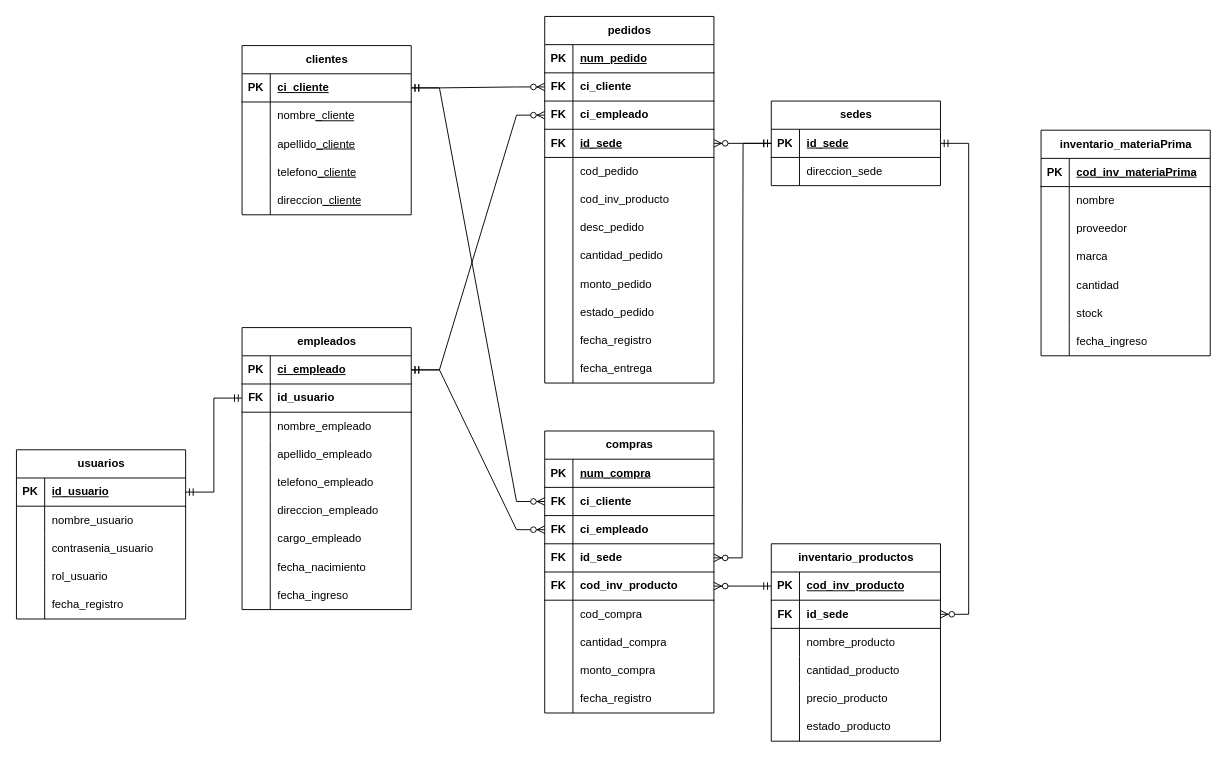
Earlier version of the draw.io diagram page "RD" (3 of 4) of IUTCM - Caso De Estudio - Analisis De Sistemas Para Informatica.drawio (AlbanyNVRodriguez/draw---diagrams). Source tidied: cells renumbered, new cells numbered last; positions are measured from the earlier drawing's top-left corner, leaving out a move shared by most shapes. Both pictures are drawn from the tidied source at 94%, with x=0, y=0 at pixel (16, 16).
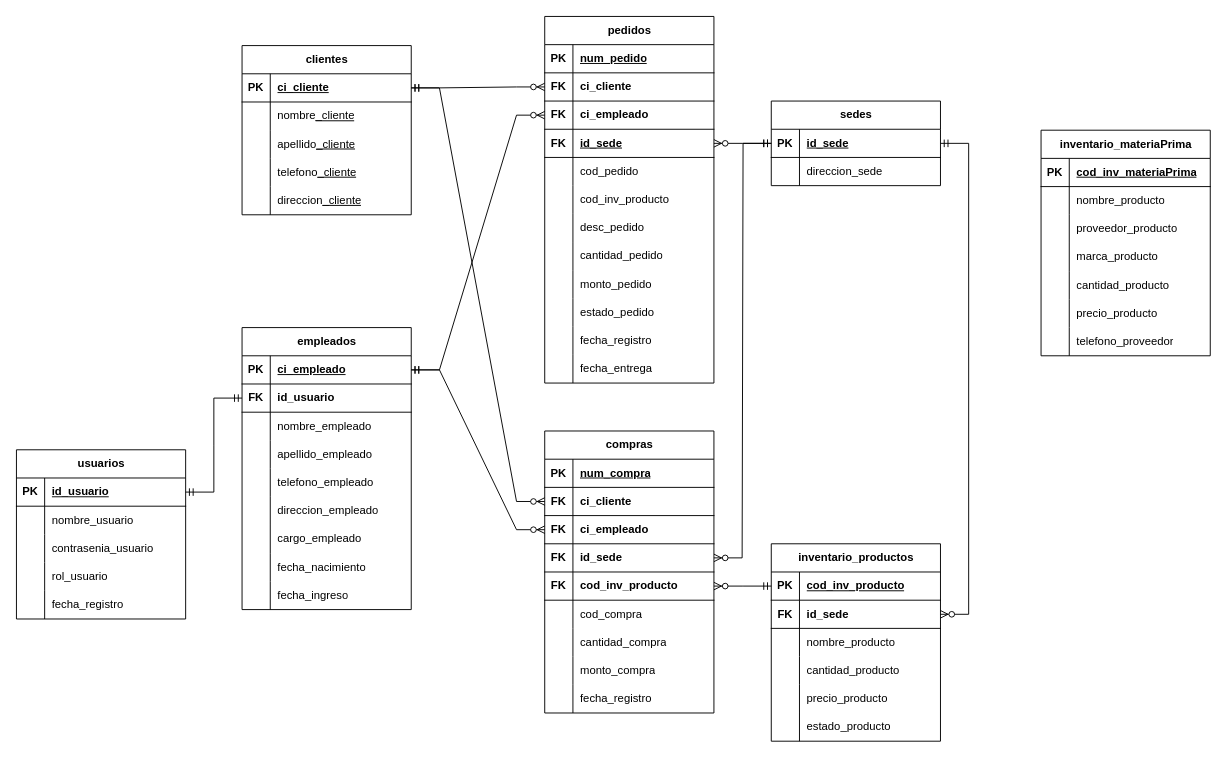
The same page after the edit.

The change refers to these unchanged cells:
```xml
<mxCell id="66" style="shape=tableRow;horizontal=0;startSize=0;swimlaneHead=0;swimlaneBody=0;fillColor=none;top=0;left=0;right=0;bottom=0;" parent="62" vertex="1">
  <mxGeometry y="60" width="180" height="30" as="geometry" />
</mxCell>
<mxCell id="69" style="shape=tableRow;horizontal=0;startSize=0;swimlaneHead=0;swimlaneBody=0;fillColor=none;top=0;left=0;right=0;bottom=0;" parent="62" vertex="1">
  <mxGeometry y="90" width="180" height="30" as="geometry" />
</mxCell>
<mxCell id="72" style="shape=tableRow;horizontal=0;startSize=0;swimlaneHead=0;swimlaneBody=0;fillColor=none;top=0;left=0;right=0;bottom=0;" parent="62" vertex="1">
  <mxGeometry y="120" width="180" height="30" as="geometry" />
</mxCell>
<mxCell id="75" style="shape=tableRow;horizontal=0;startSize=0;swimlaneHead=0;swimlaneBody=0;fillColor=none;top=0;left=0;right=0;bottom=0;" parent="62" vertex="1">
  <mxGeometry y="150" width="180" height="30" as="geometry" />
</mxCell>
<mxCell id="78" style="shape=tableRow;horizontal=0;startSize=0;swimlaneHead=0;swimlaneBody=0;fillColor=none;top=0;left=0;right=0;bottom=0;" parent="62" vertex="1">
  <mxGeometry y="180" width="180" height="30" as="geometry" />
</mxCell>
<mxCell id="81" style="shape=tableRow;horizontal=0;startSize=0;swimlaneHead=0;swimlaneBody=0;fillColor=none;top=0;left=0;right=0;bottom=0;" parent="62" vertex="1">
  <mxGeometry y="210" width="180" height="30" as="geometry" />
</mxCell>
```

Change to the diagram source:
```diff
@@
-    <mxCell id="68" value="nombre" style="shape=partialRectangle;fillColor=none;top=0;left=0;bottom=0;right=0;align=left;spacingLeft=6;overflow=hidden;whiteSpace=wrap;html=1;" parent="66" vertex="1">
+    <mxCell id="68" value="nombre_producto" style="shape=partialRectangle;fillColor=none;top=0;left=0;bottom=0;right=0;align=left;spacingLeft=6;overflow=hidden;whiteSpace=wrap;html=1;" parent="66" vertex="1">
       <mxGeometry x="30" width="150" height="30" as="geometry" />
     </mxCell>
@@
-    <mxCell id="71" value="proveedor" style="shape=partialRectangle;fillColor=none;top=0;left=0;bottom=0;right=0;align=left;spacingLeft=6;overflow=hidden;whiteSpace=wrap;html=1;" parent="69" vertex="1">
+    <mxCell id="71" value="proveedor_producto" style="shape=partialRectangle;fillColor=none;top=0;left=0;bottom=0;right=0;align=left;spacingLeft=6;overflow=hidden;whiteSpace=wrap;html=1;" parent="69" vertex="1">
       <mxGeometry x="30" width="150" height="30" as="geometry" />
     </mxCell>
@@
-    <mxCell id="74" value="marca" style="shape=partialRectangle;fillColor=none;top=0;left=0;bottom=0;right=0;align=left;spacingLeft=6;overflow=hidden;whiteSpace=wrap;html=1;" parent="72" vertex="1">
+    <mxCell id="74" value="marca_producto" style="shape=partialRectangle;fillColor=none;top=0;left=0;bottom=0;right=0;align=left;spacingLeft=6;overflow=hidden;whiteSpace=wrap;html=1;" parent="72" vertex="1">
       <mxGeometry x="30" width="150" height="30" as="geometry" />
     </mxCell>
@@
-    <mxCell id="77" value="cantidad" style="shape=partialRectangle;fillColor=none;top=0;left=0;bottom=0;right=0;align=left;spacingLeft=6;overflow=hidden;whiteSpace=wrap;html=1;" parent="75" vertex="1">
+    <mxCell id="77" value="cantidad_producto" style="shape=partialRectangle;fillColor=none;top=0;left=0;bottom=0;right=0;align=left;spacingLeft=6;overflow=hidden;whiteSpace=wrap;html=1;" parent="75" vertex="1">
       <mxGeometry x="30" width="150" height="30" as="geometry" />
     </mxCell>
@@
-    <mxCell id="80" value="stock" style="shape=partialRectangle;fillColor=none;top=0;left=0;bottom=0;right=0;align=left;spacingLeft=6;overflow=hidden;whiteSpace=wrap;html=1;" parent="78" vertex="1">
+    <mxCell id="80" value="precio_producto" style="shape=partialRectangle;fillColor=none;top=0;left=0;bottom=0;right=0;align=left;spacingLeft=6;overflow=hidden;whiteSpace=wrap;html=1;" parent="78" vertex="1">
       <mxGeometry x="30" width="150" height="30" as="geometry" />
     </mxCell>
@@
-    <mxCell id="83" value="fecha_ingreso" style="shape=partialRectangle;fillColor=none;top=0;left=0;bottom=0;right=0;align=left;spacingLeft=6;overflow=hidden;whiteSpace=wrap;html=1;" parent="81" vertex="1">
+    <mxCell id="83" value="telefono_proveedor" style="shape=partialRectangle;fillColor=none;top=0;left=0;bottom=0;right=0;align=left;spacingLeft=6;overflow=hidden;whiteSpace=wrap;html=1;" parent="81" vertex="1">
       <mxGeometry x="30" width="150" height="30" as="geometry" />
     </mxCell>
```
